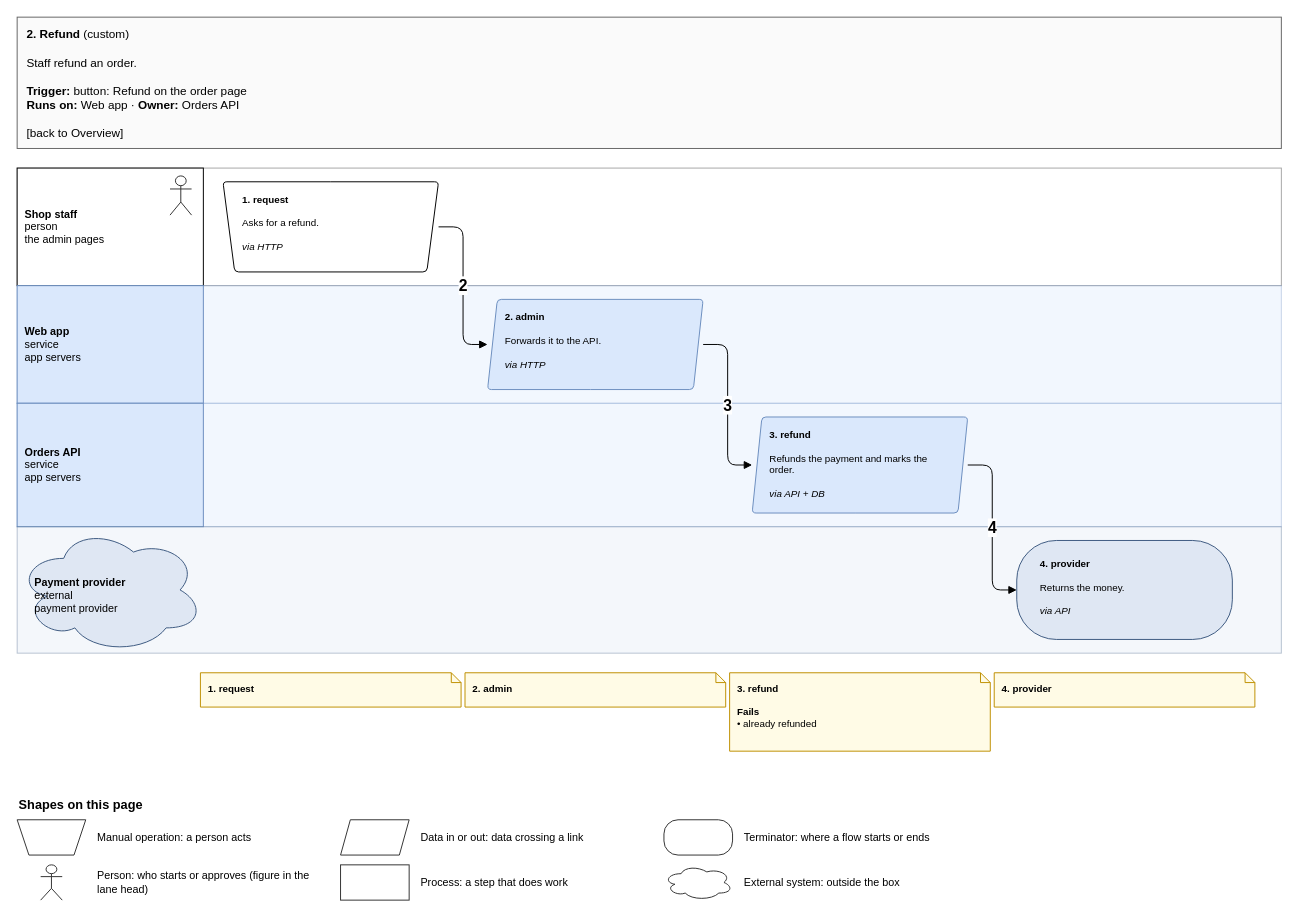
amalikn/skills_stuff keeps this draw.io diagram as page "2. Refund" (4 of 7) of specialists/platform/skill-drawio/examples/shop/drawio/flows.drawio. Above is the earlier version. Source tidied: cells renumbered, new cells numbered last; positions are measured from the earlier drawing's top-left corner, leaving out a move shared by most shapes. Both pictures are drawn from the tidied source at 98%, with x=0, y=0 at pixel (17, 17).
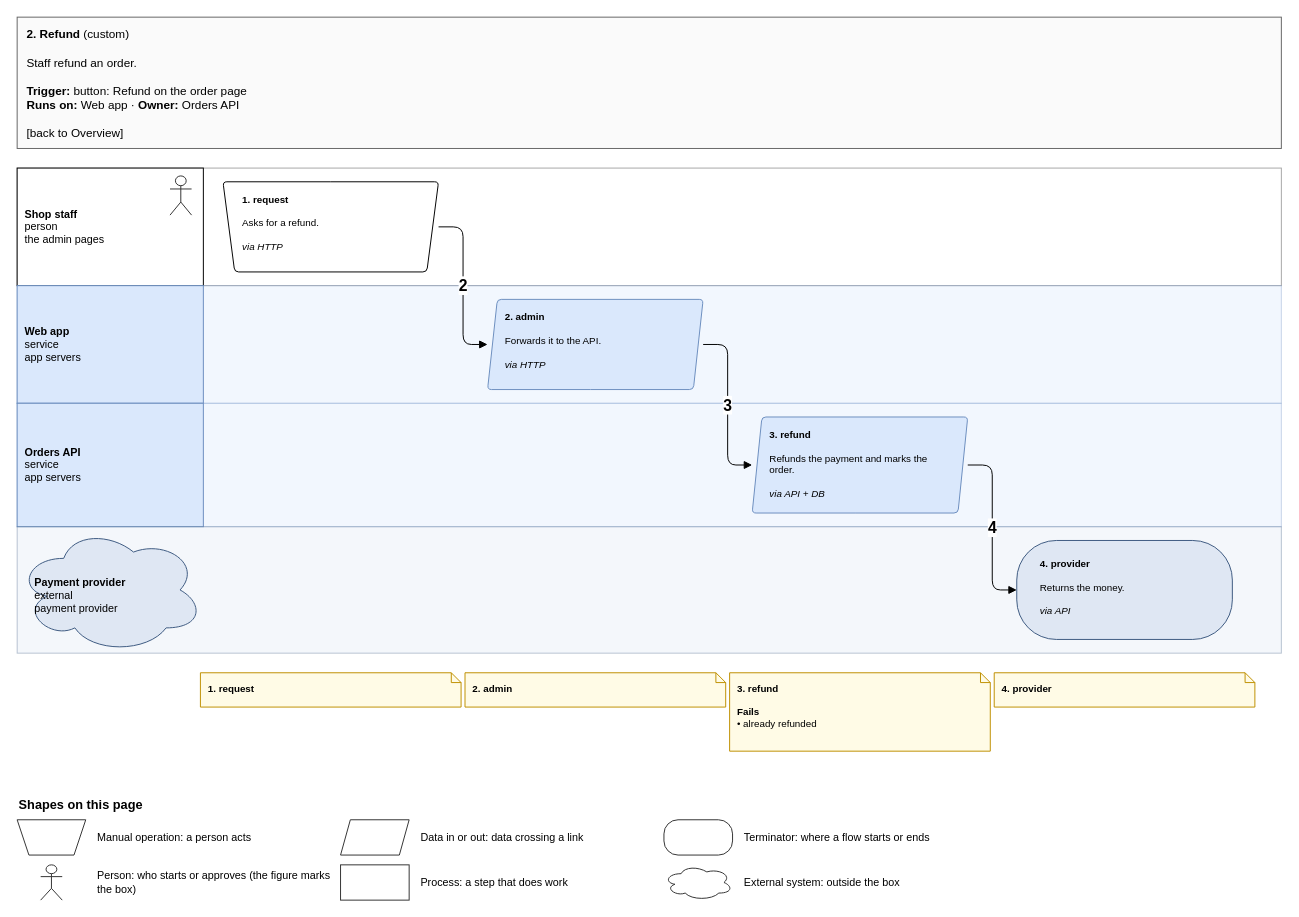
Above is the later version.

Diff of the diagram source:
```diff
@@
-    <mxCell id="28" value="Person: who starts or approves (figure in the lane head)" style="text;html=1;align=left;verticalAlign=middle;whiteSpace=wrap;fontSize=11;" parent="1" vertex="1">
+    <mxCell id="28" value="Person: who starts or approves (the figure marks the box)" style="text;html=1;align=left;verticalAlign=middle;whiteSpace=wrap;fontSize=11;" parent="1" vertex="1">
       <mxGeometry x="80" y="865" width="240" height="36" as="geometry" />
     </mxCell>
```
